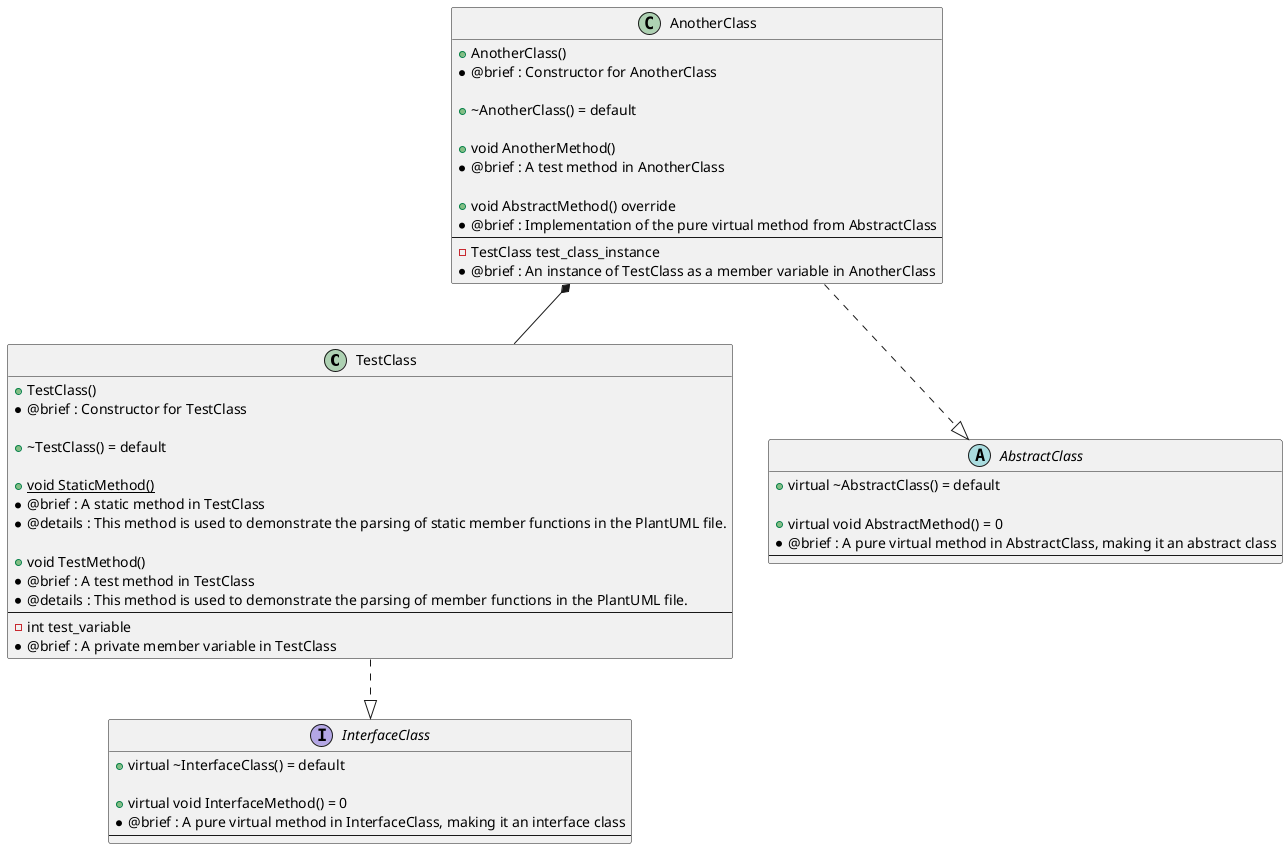
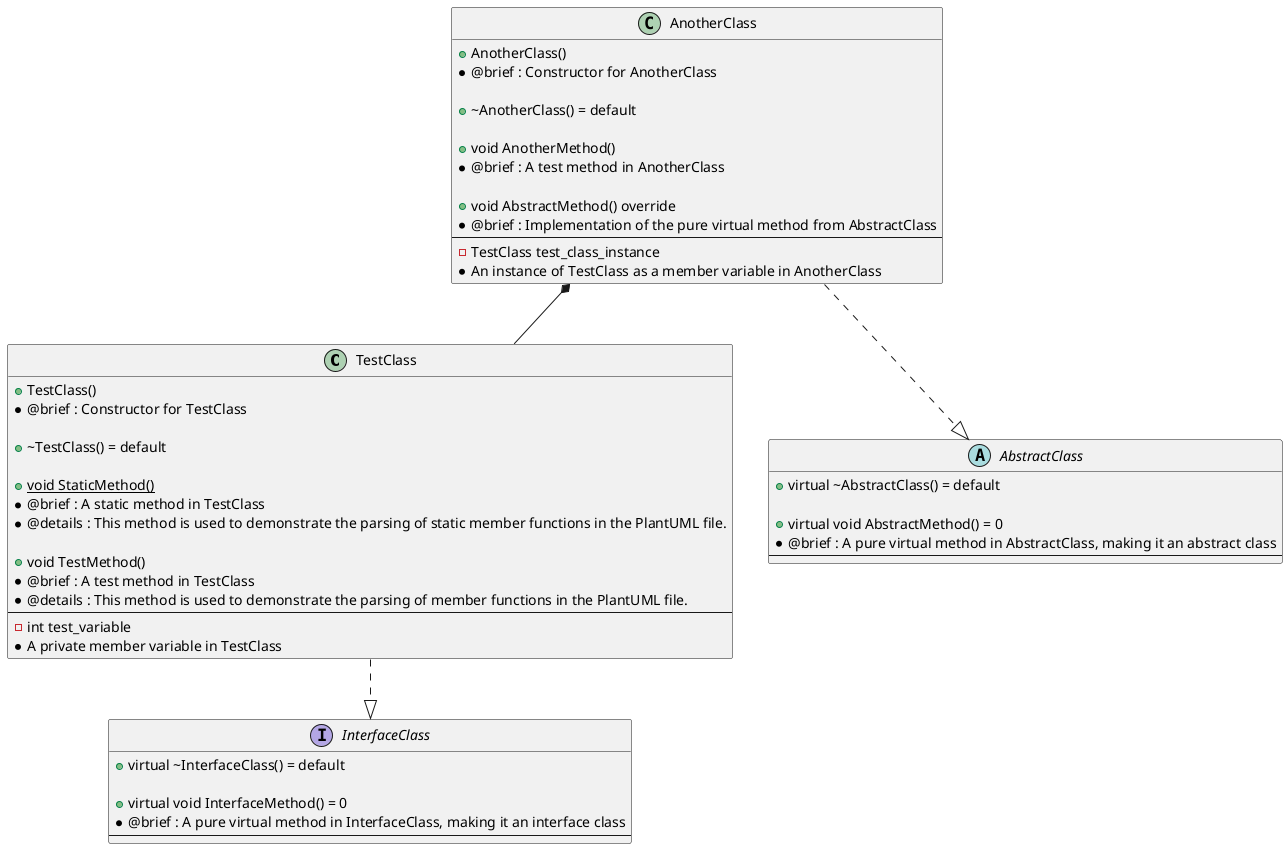
﻿@startuml

class TestClass
{
    + TestClass()
     * @brief : Constructor for TestClass

    + ~TestClass() = default

    {static} + void StaticMethod()
     * @brief : A static method in TestClass
     * @details : This method is used to demonstrate the parsing of static member functions in the PlantUML file.

    + void TestMethod()
     * @brief : A test method in TestClass
     * @details : This method is used to demonstrate the parsing of member functions in the PlantUML file.
    ---
    - int test_variable
-      * @brief : A private member variable in TestClass
+      * A private member variable in TestClass
}
TestClass ..|> InterfaceClass

abstract class AbstractClass
{
    + virtual ~AbstractClass() = default

    + virtual void AbstractMethod() = 0
     * @brief : A pure virtual method in AbstractClass, making it an abstract class
    ---
}

interface InterfaceClass
{
    + virtual ~InterfaceClass() = default

    + virtual void InterfaceMethod() = 0
     * @brief : A pure virtual method in InterfaceClass, making it an interface class
    ---
}

class AnotherClass
{
    + AnotherClass()
     * @brief : Constructor for AnotherClass

    + ~AnotherClass() = default

    + void AnotherMethod()
     * @brief : A test method in AnotherClass

    + void AbstractMethod() override
     * @brief : Implementation of the pure virtual method from AbstractClass
    ---
    - TestClass test_class_instance
-      * @brief : An instance of TestClass as a member variable in AnotherClass
+      * An instance of TestClass as a member variable in AnotherClass
}
AnotherClass *-- TestClass
AnotherClass ..|> AbstractClass

@enduml